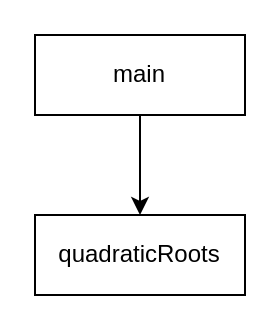
Earlier version of the draw.io diagram page "quadratic_formula" (3 of 4) of structure_charts.drawio (Jebbxrs/c_proj). Source tidied: cells renumbered, new cells numbered last; positions are measured from the earlier drawing's top-left corner, leaving out a move shared by most shapes. Both pictures are drawn from the tidied source at 200%, with x=0, y=0 at pixel (34, 34).
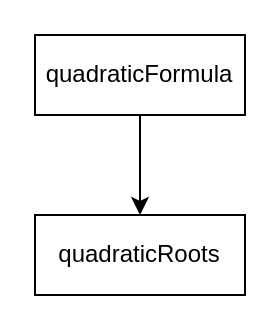
The same diagram, later.

Change to the diagram source:
```diff
@@
 <mxGraphModel>
   <root>
     <mxCell id="0" />
     <mxCell id="1" parent="0" />
     <mxCell id="2" style="edgeStyle=orthogonalEdgeStyle;rounded=0;jettySize=auto;html=1;" parent="1" edge="1" source="3" target="4">
       <mxGeometry relative="1" as="geometry" />
     </mxCell>
-    <mxCell id="3" value="main" style="rounded=0;whiteSpace=wrap;html=1;" parent="1" vertex="1">
+    <mxCell id="3" value="quadraticFormula" style="rounded=0;whiteSpace=wrap;html=1;" parent="1" vertex="1">
       <mxGeometry width="105" height="40" as="geometry" />
     </mxCell>
     <mxCell id="4" value="quadraticRoots" style="rounded=0;whiteSpace=wrap;html=1;" parent="1" vertex="1">
       <mxGeometry y="90" width="105" height="40" as="geometry" />
     </mxCell>
   </root>
 </mxGraphModel>
```
